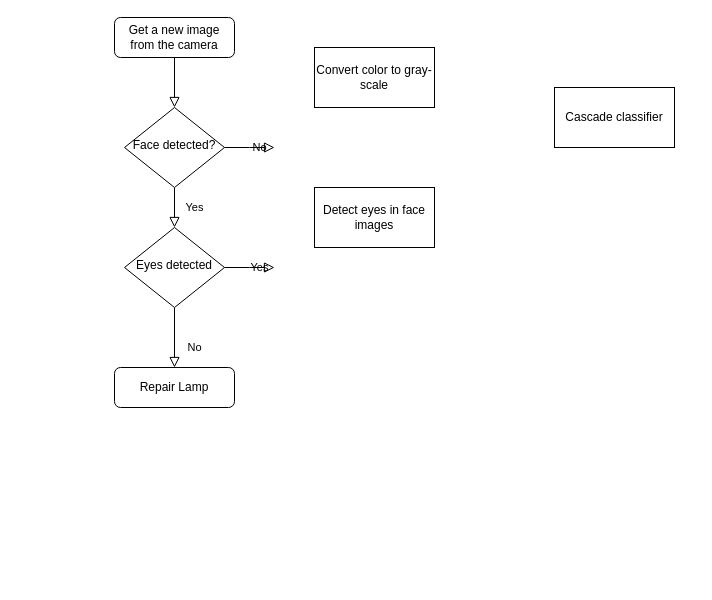
Above: facedetect.drawio in danblue3/test (draw.io), before the change. Source tidied: cells renumbered, new cells numbered last; positions are measured from the earlier drawing's top-left corner, leaving out a move shared by most shapes. Both pictures are drawn from the tidied source at 100%, with x=0, y=0 at pixel (114, 17).
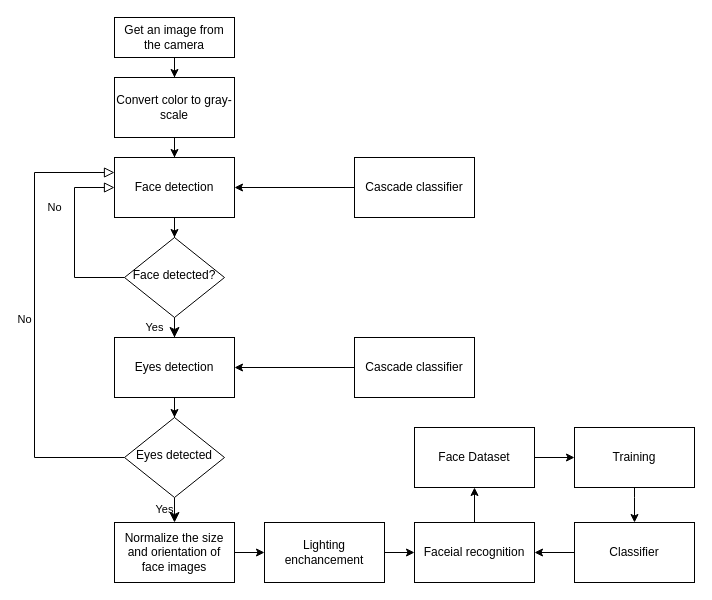
The same diagram, later.

What changed in the source:
```diff
@@
-    <mxCell id="2" style="rounded=0;html=1;jettySize=auto;fontSize=11;endArrow=block;endFill=0;endSize=8;strokeWidth=1;shadow=0;labelBackgroundColor=none;edgeStyle=orthogonalEdgeStyle;" parent="1" edge="1" source="3" target="6">
-      <mxGeometry relative="1" as="geometry" />
-    </mxCell>
+    <mxCell id="14" style="edgeStyle=orthogonalEdgeStyle;rounded=0;jettySize=auto;html=1;entryX=0.5;entryY=0;entryDx=0;entryDy=0;" parent="1" edge="1" source="3" target="11">
+      <mxGeometry relative="1" as="geometry" />
+    </mxCell>
-    <mxCell id="3" value="Get a new image from the camera" style="rounded=1;whiteSpace=wrap;html=1;fontSize=12;glass=0;strokeWidth=1;shadow=0;" parent="1" vertex="1">
+    <mxCell id="3" value="Get an image from the camera" style="rounded=0;whiteSpace=wrap;html=1;fontSize=12;glass=0;strokeWidth=1;shadow=0;" parent="1" vertex="1">
       <mxGeometry width="120" height="40" as="geometry" />
     </mxCell>
-    <mxCell id="4" value="Yes" style="rounded=0;html=1;jettySize=auto;fontSize=11;endArrow=block;endFill=0;endSize=8;strokeWidth=1;shadow=0;labelBackgroundColor=none;edgeStyle=orthogonalEdgeStyle;" parent="1" edge="1" source="6" target="9">
+    <mxCell id="4" value="Yes" style="rounded=0;html=1;jettySize=auto;fontSize=11;endArrow=classic;endFill=1;endSize=8;strokeWidth=1;shadow=0;labelBackgroundColor=none;edgeStyle=orthogonalEdgeStyle;entryX=0.5;entryY=0;entryDx=0;entryDy=0;" parent="1" edge="1" source="6" target="28">
       <mxGeometry y="20" relative="1" as="geometry" />
     </mxCell>
-    <mxCell id="5" value="No" style="edgeStyle=orthogonalEdgeStyle;rounded=0;html=1;jettySize=auto;fontSize=11;endArrow=block;endFill=0;endSize=8;strokeWidth=1;shadow=0;labelBackgroundColor=none;" parent="1" edge="1" source="6">
+    <mxCell id="5" value="No" style="edgeStyle=orthogonalEdgeStyle;rounded=0;html=1;jettySize=auto;fontSize=11;endArrow=block;endFill=0;endSize=8;strokeWidth=1;shadow=0;labelBackgroundColor=none;startArrow=none;entryX=0;entryY=0.25;entryDx=0;entryDy=0;exitX=0;exitY=0.5;exitDx=0;exitDy=0;" parent="1" edge="1" source="9" target="26">
       <mxGeometry y="10" relative="1" as="geometry">
-        <mxPoint x="160" y="130" as="targetPoint" />
+        <Array as="points">
+          <mxPoint x="-80" y="440" />
+          <mxPoint x="-80" y="155" />
+        </Array>
       </mxGeometry>
     </mxCell>
     <mxCell id="6" value="Face detected?" style="rhombus;whiteSpace=wrap;html=1;shadow=0;fontFamily=Helvetica;fontSize=12;align=center;strokeWidth=1;spacing=6;spacingTop=-4;" parent="1" vertex="1">
-      <mxGeometry x="10" y="90" width="100" height="80" as="geometry" />
+      <mxGeometry x="10" y="220" width="100" height="80" as="geometry" />
     </mxCell>
-    <mxCell id="7" value="No" style="rounded=0;html=1;jettySize=auto;fontSize=11;endArrow=block;endFill=0;endSize=8;strokeWidth=1;shadow=0;labelBackgroundColor=none;edgeStyle=orthogonalEdgeStyle;" parent="1" edge="1" source="9" target="10">
-      <mxGeometry x="0.33" y="20" relative="1" as="geometry" />
+    <mxCell id="7" value="No" style="rounded=0;html=1;jettySize=auto;fontSize=11;endArrow=block;endFill=0;endSize=8;strokeWidth=1;shadow=0;labelBackgroundColor=none;edgeStyle=orthogonalEdgeStyle;entryX=0;entryY=0.5;entryDx=0;entryDy=0;" parent="1" edge="1" target="26">
+      <mxGeometry x="0.33" y="20" relative="1" as="geometry">
+        <mxPoint x="10" y="260" as="sourcePoint" />
+        <Array as="points">
+          <mxPoint x="-40" y="260" />
+          <mxPoint x="-40" y="170" />
+        </Array>
+      </mxGeometry>
     </mxCell>
-    <mxCell id="8" value="Yes" style="edgeStyle=orthogonalEdgeStyle;rounded=0;html=1;jettySize=auto;fontSize=11;endArrow=block;endFill=0;endSize=8;strokeWidth=1;shadow=0;labelBackgroundColor=none;" parent="1" edge="1" source="9">
-      <mxGeometry y="10" relative="1" as="geometry">
-        <mxPoint x="160" y="250" as="targetPoint" />
-      </mxGeometry>
+    <mxCell id="8" value="Yes" style="edgeStyle=orthogonalEdgeStyle;rounded=0;html=1;jettySize=auto;fontSize=11;endArrow=classic;endFill=1;endSize=8;strokeWidth=1;shadow=0;labelBackgroundColor=none;entryX=0.5;entryY=0;entryDx=0;entryDy=0;" parent="1" edge="1" source="9" target="18">
+      <mxGeometry y="10" relative="1" as="geometry" />
     </mxCell>
+    <mxCell id="15" style="edgeStyle=orthogonalEdgeStyle;rounded=0;jettySize=auto;html=1;entryX=0.5;entryY=0;entryDx=0;entryDy=0;" parent="1" edge="1" source="11" target="26">
+      <mxGeometry relative="1" as="geometry" />
+    </mxCell>
+    <mxCell id="11" value="Convert color to gray-scale" style="rounded=0;whiteSpace=wrap;html=1;" parent="1" vertex="1">
+      <mxGeometry y="60" width="120" height="60" as="geometry" />
+    </mxCell>
+    <mxCell id="16" style="edgeStyle=orthogonalEdgeStyle;rounded=0;jettySize=auto;html=1;entryX=1;entryY=0.5;entryDx=0;entryDy=0;endArrow=classic;endFill=1;" parent="1" edge="1" source="12" target="26">
+      <mxGeometry relative="1" as="geometry" />
+    </mxCell>
+    <mxCell id="12" value="Cascade classifier" style="rounded=0;whiteSpace=wrap;html=1;" parent="1" vertex="1">
+      <mxGeometry x="240" y="140" width="120" height="60" as="geometry" />
+    </mxCell>
+    <mxCell id="17" style="edgeStyle=orthogonalEdgeStyle;rounded=0;jettySize=auto;html=1;entryX=0;entryY=0.5;entryDx=0;entryDy=0;endArrow=classic;endFill=1;" parent="1" edge="1" source="18" target="30">
+      <mxGeometry relative="1" as="geometry" />
+    </mxCell>
+    <mxCell id="18" value="Normalize the size and orientation of face images" style="rounded=0;whiteSpace=wrap;html=1;" parent="1" vertex="1">
+      <mxGeometry y="505" width="120" height="60" as="geometry" />
+    </mxCell>
+    <mxCell id="19" style="edgeStyle=orthogonalEdgeStyle;rounded=0;jettySize=auto;html=1;entryX=0.5;entryY=1;entryDx=0;entryDy=0;endArrow=classic;endFill=1;" parent="1" edge="1" source="20" target="22">
+      <mxGeometry relative="1" as="geometry" />
+    </mxCell>
+    <mxCell id="20" value="Faceial recognition" style="rounded=0;whiteSpace=wrap;html=1;" parent="1" vertex="1">
+      <mxGeometry x="300" y="505" width="120" height="60" as="geometry" />
+    </mxCell>
+    <mxCell id="21" style="edgeStyle=orthogonalEdgeStyle;rounded=0;jettySize=auto;html=1;entryX=0;entryY=0.5;entryDx=0;entryDy=0;endArrow=classic;endFill=1;" parent="1" edge="1" source="22" target="24">
+      <mxGeometry relative="1" as="geometry" />
+    </mxCell>
+    <mxCell id="22" value="Face Dataset" style="rounded=0;whiteSpace=wrap;html=1;" parent="1" vertex="1">
+      <mxGeometry x="300" y="410" width="120" height="60" as="geometry" />
+    </mxCell>
+    <mxCell id="23" style="edgeStyle=orthogonalEdgeStyle;rounded=0;jettySize=auto;html=1;entryX=0.5;entryY=0;entryDx=0;entryDy=0;endArrow=classic;endFill=1;exitX=0.5;exitY=1;exitDx=0;exitDy=0;" parent="1" edge="1" source="24" target="32">
+      <mxGeometry relative="1" as="geometry">
+        <Array as="points">
+          <mxPoint x="520" y="480" />
+          <mxPoint x="520" y="480" />
+        </Array>
+      </mxGeometry>
+    </mxCell>
+    <mxCell id="24" value="Training" style="rounded=0;whiteSpace=wrap;html=1;" parent="1" vertex="1">
+      <mxGeometry x="460" y="410" width="120" height="60" as="geometry" />
+    </mxCell>
+    <mxCell id="25" style="edgeStyle=orthogonalEdgeStyle;rounded=0;jettySize=auto;html=1;entryX=0.5;entryY=0;entryDx=0;entryDy=0;" parent="1" edge="1" source="26" target="6">
+      <mxGeometry relative="1" as="geometry" />
+    </mxCell>
+    <mxCell id="26" value="Face detection" style="rounded=0;whiteSpace=wrap;html=1;" parent="1" vertex="1">
+      <mxGeometry y="140" width="120" height="60" as="geometry" />
+    </mxCell>
+    <mxCell id="27" style="edgeStyle=orthogonalEdgeStyle;rounded=0;jettySize=auto;html=1;entryX=0.5;entryY=0;entryDx=0;entryDy=0;" parent="1" edge="1" source="28" target="9">
+      <mxGeometry relative="1" as="geometry" />
+    </mxCell>
+    <mxCell id="28" value="Eyes detection" style="rounded=0;whiteSpace=wrap;html=1;" parent="1" vertex="1">
+      <mxGeometry y="320" width="120" height="60" as="geometry" />
+    </mxCell>
     <mxCell id="9" value="Eyes detected" style="rhombus;whiteSpace=wrap;html=1;shadow=0;fontFamily=Helvetica;fontSize=12;align=center;strokeWidth=1;spacing=6;spacingTop=-4;" parent="1" vertex="1">
-      <mxGeometry x="10" y="210" width="100" height="80" as="geometry" />
+      <mxGeometry x="10" y="400" width="100" height="80" as="geometry" />
     </mxCell>
-    <mxCell id="10" value="Repair Lamp" style="rounded=1;whiteSpace=wrap;html=1;fontSize=12;glass=0;strokeWidth=1;shadow=0;" parent="1" vertex="1">
-      <mxGeometry y="350" width="120" height="40" as="geometry" />
-    </mxCell>
-    <mxCell id="11" value="Convert color to gray-scale" style="rounded=0;whiteSpace=wrap;html=1;" parent="1" vertex="1">
-      <mxGeometry x="200" y="30" width="120" height="60" as="geometry" />
-    </mxCell>
-    <mxCell id="12" value="Cascade classifier" style="rounded=0;whiteSpace=wrap;html=1;" parent="1" vertex="1">
-      <mxGeometry x="440" y="70" width="120" height="60" as="geometry" />
-    </mxCell>
-    <mxCell id="13" value="Detect eyes in face images" style="rounded=0;whiteSpace=wrap;html=1;" parent="1" vertex="1">
-      <mxGeometry x="200" y="170" width="120" height="60" as="geometry" />
-    </mxCell>
+    <mxCell id="29" style="edgeStyle=orthogonalEdgeStyle;rounded=0;jettySize=auto;html=1;entryX=0;entryY=0.5;entryDx=0;entryDy=0;endArrow=classic;endFill=1;" parent="1" edge="1" source="30" target="20">
+      <mxGeometry relative="1" as="geometry" />
+    </mxCell>
+    <mxCell id="30" value="Lighting enchancement" style="rounded=0;whiteSpace=wrap;html=1;" parent="1" vertex="1">
+      <mxGeometry x="150" y="505" width="120" height="60" as="geometry" />
+    </mxCell>
+    <mxCell id="31" style="edgeStyle=orthogonalEdgeStyle;rounded=0;jettySize=auto;html=1;entryX=1;entryY=0.5;entryDx=0;entryDy=0;endArrow=classic;endFill=1;" parent="1" edge="1" source="32" target="20">
+      <mxGeometry relative="1" as="geometry" />
+    </mxCell>
+    <mxCell id="32" value="Classifier" style="rounded=0;whiteSpace=wrap;html=1;" parent="1" vertex="1">
+      <mxGeometry x="460" y="505" width="120" height="60" as="geometry" />
+    </mxCell>
+    <mxCell id="33" style="edgeStyle=orthogonalEdgeStyle;rounded=0;jettySize=auto;html=1;entryX=1;entryY=0.5;entryDx=0;entryDy=0;endArrow=classic;endFill=1;" parent="1" edge="1" source="34" target="28">
+      <mxGeometry relative="1" as="geometry" />
+    </mxCell>
+    <mxCell id="34" value="Cascade classifier" style="rounded=0;whiteSpace=wrap;html=1;" parent="1" vertex="1">
+      <mxGeometry x="240" y="320" width="120" height="60" as="geometry" />
+    </mxCell>
```
